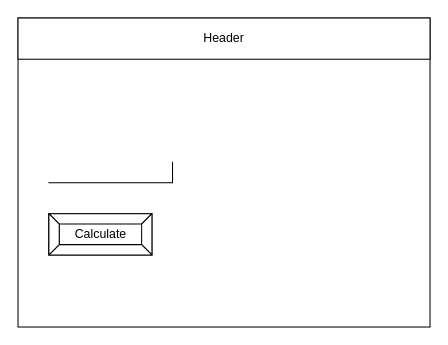
Above: design/story-board.drawio in Justin-Lavoie16/Unit-6-04-JS (draw.io), before the change. Source tidied: cells renumbered, new cells numbered last; positions are measured from the earlier drawing's top-left corner, leaving out a move shared by most shapes. Both pictures are drawn from the tidied source at 103%, with x=0, y=0 at pixel (18, 18).
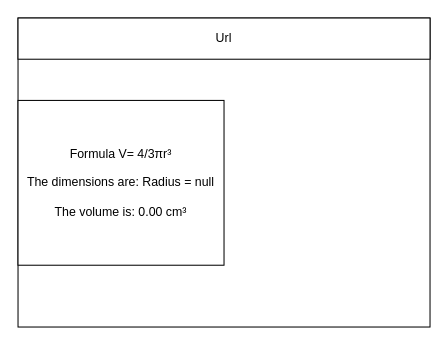
After the change.

Change to the diagram source:
```diff
@@
 <mxGraphModel>
   <root>
     <mxCell id="0" />
     <mxCell id="1" parent="0" />
     <mxCell id="2" style="rounded=0;whiteSpace=wrap;html=1;" parent="1" vertex="1">
       <mxGeometry width="400" height="300" as="geometry" />
     </mxCell>
-    <mxCell id="3" value="Header" style="rounded=0;whiteSpace=wrap;html=1;" parent="1" vertex="1">
+    <mxCell id="3" value="Url" style="rounded=0;whiteSpace=wrap;html=1;" parent="1" vertex="1">
       <mxGeometry width="400" height="40" as="geometry" />
     </mxCell>
-    <mxCell id="4" style="shape=partialRectangle;whiteSpace=wrap;html=1;top=0;left=0;fillColor=none;" parent="1" vertex="1">
-      <mxGeometry x="30" y="140" width="120" height="20" as="geometry" />
-    </mxCell>
-    <mxCell id="5" value="Calculate" style="labelPosition=center;verticalLabelPosition=middle;align=center;html=1;shape=mxgraph.basic.button;dx=10;" parent="1" vertex="1">
-      <mxGeometry x="30" y="190" width="100" height="40" as="geometry" />
+    <mxCell id="5" value="Formula V= 4/3πr³ &lt;br&gt;&lt;br&gt;The dimensions are: Radius = null &lt;br&gt;&lt;br&gt;The volume is: 0.00 cm³" style="whiteSpace=wrap;html=1;" parent="1" vertex="1">
+      <mxGeometry y="80" width="200" height="160" as="geometry" />
     </mxCell>
   </root>
 </mxGraphModel>
```
